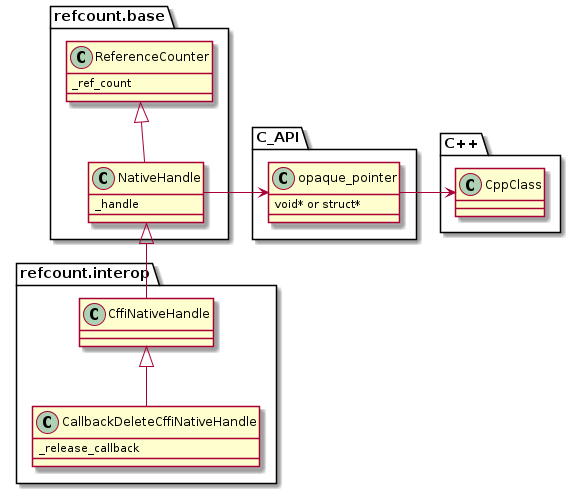
csiro-hydroinformatics/pyrefcount keeps this PlantUML diagram as docs/img/refcount-principles.png. Above is the earlier version. Source of this version:
```plantuml
@startuml refcount-principles


package refcount.base {
  class ReferenceCounter{
    {field} _ref_count
  }

  class NativeHandle{
    {field} _handle
  }
}

package refcount.interop {
  class CffiNativeHandle
  class CallbackDeleteCffiNativeHandle {
    {field} _release_callback
  }
}

package C_API {
  class opaque_pointer
  {
    void* or struct*
  }
}

package C++ {
  class CppClass
}


NativeHandle <|-- CffiNativeHandle
CffiNativeHandle <|-- CallbackDeleteCffiNativeHandle
ReferenceCounter <|-- NativeHandle

NativeHandle -> opaque_pointer
opaque_pointer -> CppClass








@enduml
```
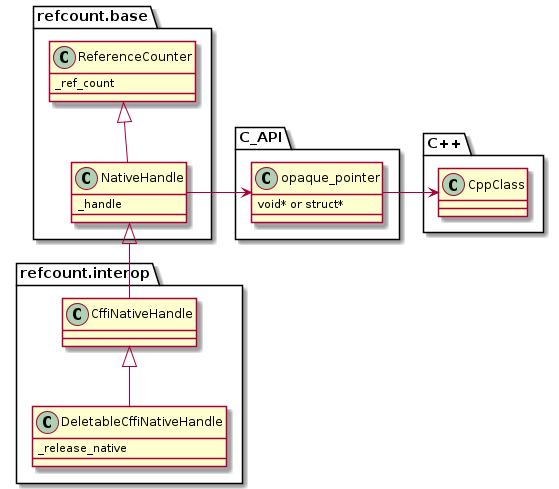
The same file after the commit.

Change to the diagram source:
```diff
@@ -13,8 +13,8 @@
 
 package refcount.interop {
   class CffiNativeHandle
-  class CallbackDeleteCffiNativeHandle {
-    {field} _release_callback
+  class DeletableCffiNativeHandle {
+    {field} _release_native
   }
 }
 
@@ -31,7 +31,7 @@
 
 
 NativeHandle <|-- CffiNativeHandle
-CffiNativeHandle <|-- CallbackDeleteCffiNativeHandle
+CffiNativeHandle <|-- DeletableCffiNativeHandle
 ReferenceCounter <|-- NativeHandle
 
 NativeHandle -> opaque_pointer
```
